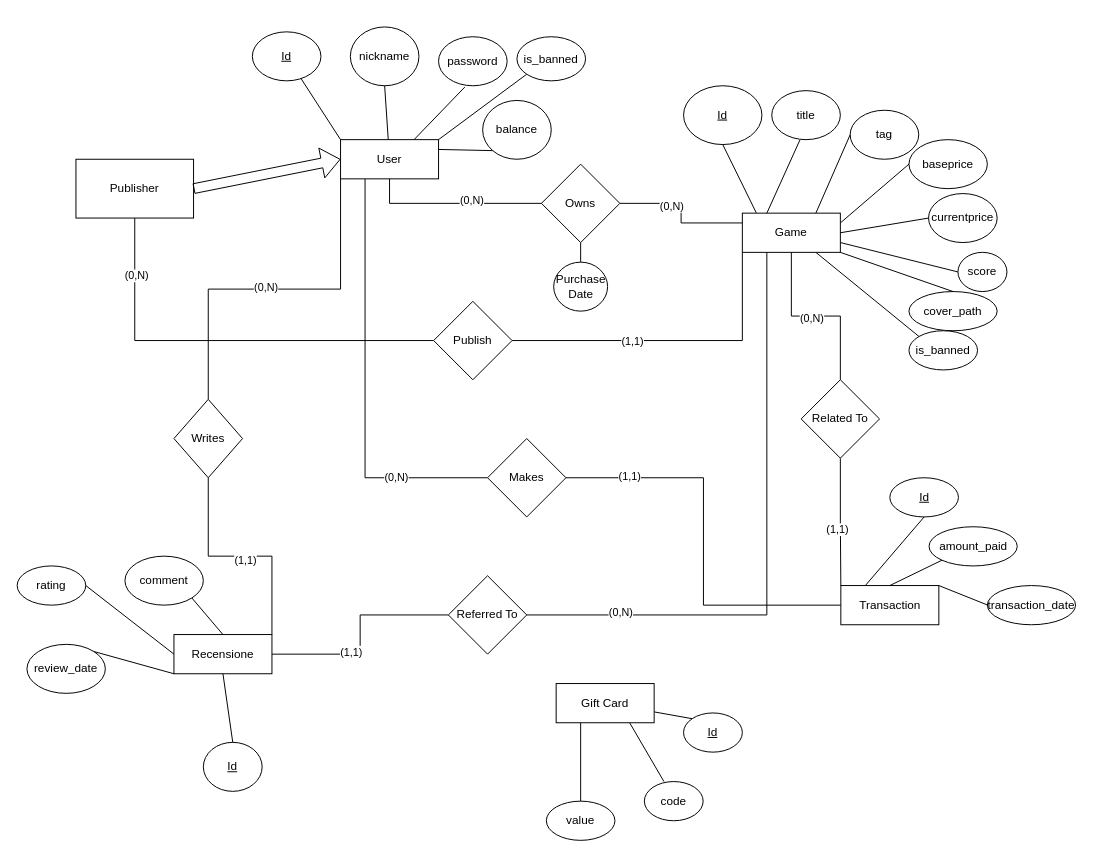
Earlier version of the draw.io diagram doc/E-R Model/E-R-Diagram.drawio (KloseITB/Orbit). Source tidied: cells renumbered, new cells numbered last; positions are measured from the earlier drawing's top-left corner, leaving out a move shared by most shapes. Both pictures are drawn from the tidied source at 98%, with x=0, y=0 at pixel (17, 26).
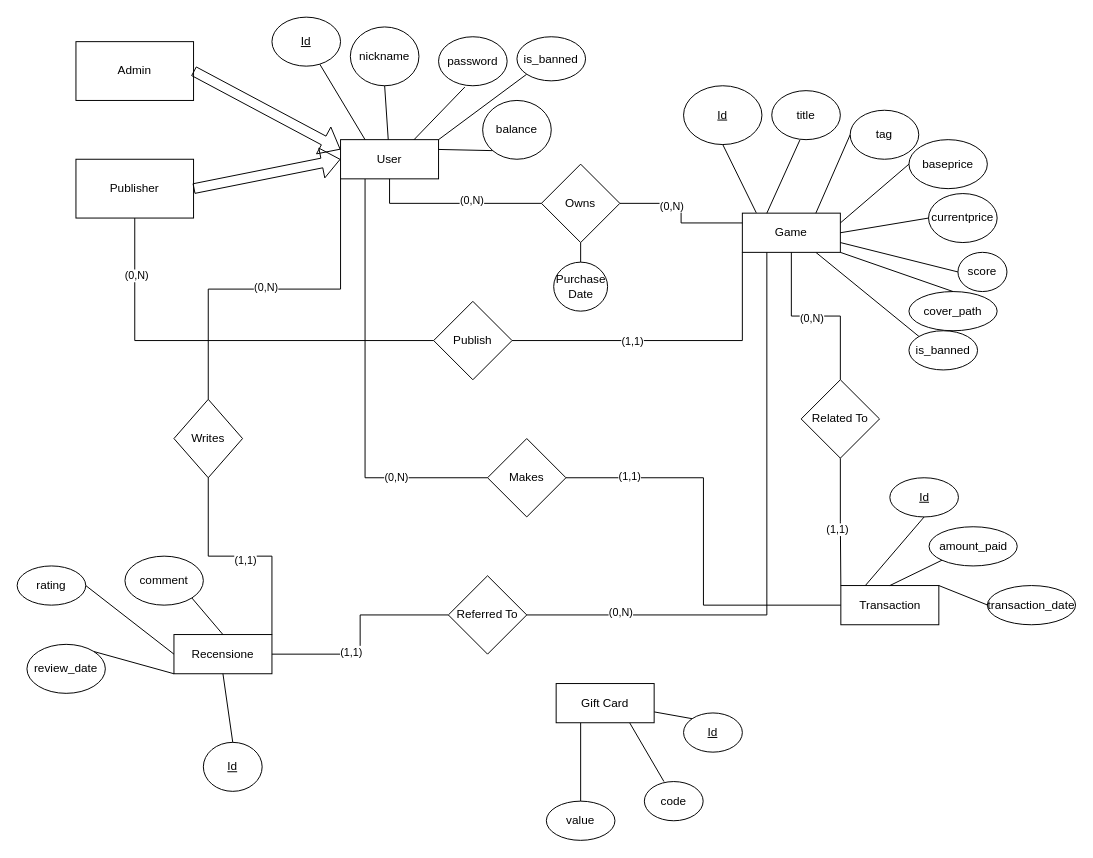
After the change.

Unchanged cells that the change refers to:
```xml
<mxCell id="5" value="User" style="whiteSpace=wrap;html=1;align=center;" parent="1" vertex="1">
  <mxGeometry x="330" y="115" width="100" height="40" as="geometry" />
</mxCell>
```

The edit, as a diff of the source:
```diff
@@
     <mxCell id="14" value="Id" style="ellipse;whiteSpace=wrap;html=1;fontStyle=4;" parent="1" vertex="1">
-      <mxGeometry x="240" y="5" width="70" height="50" as="geometry" />
+      <mxGeometry x="260" y="-10" width="70" height="50" as="geometry" />
     </mxCell>
@@
-    <mxCell id="18" style="endArrow=none;html=1;rounded=0;exitX=0;exitY=0;exitDx=0;exitDy=0;" parent="1" edge="1" source="5" target="14">
+    <mxCell id="18" style="endArrow=none;html=1;rounded=0;exitX=0.25;exitY=0;exitDx=0;exitDy=0;" parent="1" edge="1" source="5" target="14">
       <mxGeometry relative="1" as="geometry" />
     </mxCell>
@@
+    <mxCell id="87" value="Admin" style="rounded=0;whiteSpace=wrap;html=1;" parent="1" vertex="1">
+      <mxGeometry x="60" y="15" width="120" height="60" as="geometry" />
+    </mxCell>
+    <mxCell id="88" style="shape=flexArrow;endArrow=classic;html=1;rounded=0;exitX=1;exitY=0.5;exitDx=0;exitDy=0;entryX=0;entryY=0.25;entryDx=0;entryDy=0;" parent="1" edge="1" source="87" target="5">
+      <mxGeometry relative="1" as="geometry" />
+    </mxCell>
```
